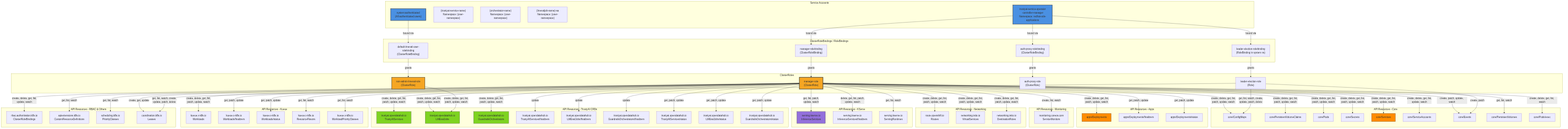
Above: architecture/rhoai-2.25/diagrams/trustyai-service-operator-rbac.png in rhuss/architecture-context (Mermaid), before the change. Its source is kept beside it as architecture/rhoai-2.25/diagrams/trustyai-service-operator-rbac.mmd.
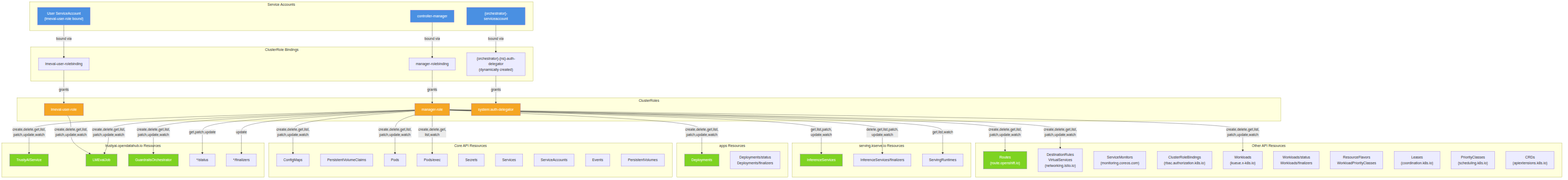
After the change.

What changed in the source:
```diff
@@ -1,155 +1,102 @@
+
 graph TD
-    subgraph "Service Accounts"
-        SA_Operator[trustyai-service-operator<br/>-controller-manager<br/>Namespace: redhat-ods-applications]
-        SA_TrustyAI["{trustyai-service-name}<br/>Namespace: {user-namespace}"]
-        SA_Guardrails["{orchestrator-name}<br/>Namespace: {user-namespace}"]
-        SA_LMEval["{lmevaljob-name}-sa<br/>Namespace: {user-namespace}"]
-        SA_AllUsers["system:authenticated<br/>(All authenticated users)"]
+    subgraph ServiceAccounts["Service Accounts"]
+        SA["controller-manager"]
+        UserSA["User ServiceAccount<br/>(lmeval-user-role bound)"]
+        GORCHSa["{orchestrator}-serviceaccount"]
     end
 
-    subgraph "ClusterRoles"
-        CR_Manager["manager-role<br/>(ClusterRole)"]
-        CR_Leader["leader-election-role<br/>(Role)"]
-        CR_AuthProxy["auth-proxy-role<br/>(ClusterRole)"]
-        CR_LMEval["non-admin-lmeval-role<br/>(ClusterRole)"]
+    subgraph ClusterRoleBindings["ClusterRole Bindings"]
+        CRB1["manager-rolebinding"]
+        CRB2["lmeval-user-rolebinding"]
+        CRB3["{orchestrator}-{ns}-auth-delegator<br/>(dynamically created)"]
     end
 
-    subgraph "ClusterRoleBindings / RoleBindings"
-        CRB_Manager["manager-rolebinding<br/>(ClusterRoleBinding)"]
-        RB_Leader["leader-election-rolebinding<br/>(RoleBinding in system ns)"]
-        CRB_AuthProxy["auth-proxy-rolebinding<br/>(ClusterRoleBinding)"]
-        CRB_LMEval["default-lmeval-user-rolebinding<br/>(ClusterRoleBinding)"]
+    subgraph ClusterRoles["ClusterRoles"]
+        ManagerRole["manager-role"]
+        LMEvalUserRole["lmeval-user-role"]
+        AuthDelegator["system:auth-delegator"]
     end
 
-    subgraph "API Resources - Core"
-        Res_ConfigMaps["core/ConfigMaps"]
-        Res_PVCs["core/PersistentVolumeClaims"]
-        Res_Pods["core/Pods"]
-        Res_Secrets["core/Secrets"]
-        Res_Services["core/Services"]
-        Res_ServiceAccounts["core/ServiceAccounts"]
-        Res_Events["core/Events"]
-        Res_PVs["core/PersistentVolumes"]
-        Res_PodsExec["core/Pods/exec"]
+    subgraph TrustyAIResources["trustyai.opendatahub.io Resources"]
+        TrustyAISvc["TrustyAIService"]
+        LMEvalJob["LMEvalJob"]
+        GuardrailsOrch["GuardrailsOrchestrator"]
+        StatusSub["*/status"]
+        FinalizerSub["*/finalizers"]
     end
 
-    subgraph "API Resources - Apps"
-        Res_Deployments["apps/Deployments"]
-        Res_DepFinalizers["apps/Deployments/finalizers"]
-        Res_DepStatus["apps/Deployments/status"]
+    subgraph CoreResources["Core API Resources"]
+        ConfigMaps["ConfigMaps"]
+        PVCs["PersistentVolumeClaims"]
+        Pods["Pods"]
+        PodsExec["Pods/exec"]
+        Secrets["Secrets"]
+        Services["Services"]
+        ServiceAccts["ServiceAccounts"]
+        Events["Events"]
+        PVs["PersistentVolumes"]
     end
 
-    subgraph "API Resources - Monitoring"
-        Res_ServiceMonitors["monitoring.coreos.com<br/>ServiceMonitors"]
+    subgraph AppsResources["apps Resources"]
+        Deployments["Deployments"]
+        DeployStatus["Deployments/status<br/>Deployments/finalizers"]
     end
 
-    subgraph "API Resources - Networking"
-        Res_Routes["route.openshift.io<br/>Routes"]
-        Res_VirtualServices["networking.istio.io<br/>VirtualServices"]
-        Res_DestinationRules["networking.istio.io<br/>DestinationRules"]
+    subgraph KServeResources["serving.kserve.io Resources"]
+        InferenceServices["InferenceServices"]
+        ISFinalizers["InferenceServices/finalizers"]
+        ServingRuntimes["ServingRuntimes"]
     end
 
-    subgraph "API Resources - KServe"
-        Res_InferenceServices["serving.kserve.io<br/>InferenceServices"]
-        Res_ISFinalizers["serving.kserve.io<br/>InferenceServices/finalizers"]
-        Res_ServingRuntimes["serving.kserve.io<br/>ServingRuntimes"]
+    subgraph OtherResources["Other API Resources"]
+        Routes["Routes<br/>(route.openshift.io)"]
+        IstioRules["DestinationRules<br/>VirtualServices<br/>(networking.istio.io)"]
+        ServiceMonitors["ServiceMonitors<br/>(monitoring.coreos.com)"]
+        CRBResource["ClusterRoleBindings<br/>(rbac.authorization.k8s.io)"]
+        Workloads["Workloads<br/>(kueue.x-k8s.io)"]
+        WorkloadStatus["Workloads/status<br/>Workloads/finalizers"]
+        ResourceFlavors["ResourceFlavors<br/>WorkloadPriorityClasses"]
+        Leases["Leases<br/>(coordination.k8s.io)"]
+        PriorityClasses["PriorityClasses<br/>(scheduling.k8s.io)"]
+        CRDefs["CRDs<br/>(apiextensions.k8s.io)"]
     end
 
-    subgraph "API Resources - TrustyAI CRDs"
-        Res_TrustyAIServices["trustyai.opendatahub.io<br/>TrustyAIServices"]
-        Res_LMEvalJobs["trustyai.opendatahub.io<br/>LMEvalJobs"]
-        Res_Guardrails["trustyai.opendatahub.io<br/>GuardrailsOrchestrators"]
-        Res_TASFinalizers["trustyai.opendatahub.io<br/>TrustyAIServices/finalizers"]
-        Res_LMFinalizers["trustyai.opendatahub.io<br/>LMEvalJobs/finalizers"]
-        Res_GOFinalizers["trustyai.opendatahub.io<br/>GuardrailsOrchestrators/finalizers"]
-        Res_TASStatus["trustyai.opendatahub.io<br/>TrustyAIServices/status"]
-        Res_LMStatus["trustyai.opendatahub.io<br/>LMEvalJobs/status"]
-        Res_GOStatus["trustyai.opendatahub.io<br/>GuardrailsOrchestrators/status"]
-    end
+    SA -->|bound via| CRB1
+    UserSA -->|bound via| CRB2
+    GORCHSa -->|bound via| CRB3
 
-    subgraph "API Resources - Kueue"
-        Res_Workloads["kueue.x-k8s.io<br/>Workloads"]
-        Res_WLFinalizers["kueue.x-k8s.io<br/>Workloads/finalizers"]
-        Res_WLStatus["kueue.x-k8s.io<br/>Workloads/status"]
-        Res_ResourceFlavors["kueue.x-k8s.io<br/>ResourceFlavors"]
-        Res_WLPriorityClasses["kueue.x-k8s.io<br/>WorkloadPriorityClasses"]
-    end
+    CRB1 -->|grants| ManagerRole
+    CRB2 -->|grants| LMEvalUserRole
+    CRB3 -->|grants| AuthDelegator
 
-    subgraph "API Resources - RBAC & Others"
-        Res_ClusterRoleBindings["rbac.authorization.k8s.io<br/>ClusterRoleBindings"]
-        Res_CRDs["apiextensions.k8s.io<br/>CustomResourceDefinitions"]
-        Res_PriorityClasses["scheduling.k8s.io<br/>PriorityClasses"]
-        Res_Leases["coordination.k8s.io<br/>Leases"]
-    end
+    ManagerRole -->|"create,delete,get,list,<br/>patch,update,watch"| TrustyAISvc
+    ManagerRole -->|"create,delete,get,list,<br/>patch,update,watch"| LMEvalJob
+    ManagerRole -->|"create,delete,get,list,<br/>patch,update,watch"| GuardrailsOrch
+    ManagerRole -->|"get,patch,update"| StatusSub
+    ManagerRole -->|"update"| FinalizerSub
+    ManagerRole -->|"create,delete,get,list,<br/>patch,update,watch"| ConfigMaps
+    ManagerRole -->|"create,delete,get,list,<br/>patch,update,watch"| Pods
+    ManagerRole -->|"create,delete,get,<br/>list,watch"| PodsExec
+    ManagerRole -->|"create,delete,get,list,<br/>patch,update,watch"| Deployments
+    ManagerRole -->|"get,list,patch,<br/>update,watch"| InferenceServices
+    ManagerRole -->|"delete,get,list,patch,<br/>update,watch"| ISFinalizers
+    ManagerRole -->|"get,list,watch"| ServingRuntimes
+    ManagerRole -->|"create,delete,get,list,<br/>patch,update,watch"| Routes
+    ManagerRole -->|"create,delete,get,list,<br/>patch,update,watch"| IstioRules
+    ManagerRole -->|"create,delete,get,list,<br/>patch,update,watch"| Workloads
 
-    SA_Operator -->|"bound via"| CRB_Manager
-    SA_Operator -->|"bound via"| RB_Leader
-    SA_Operator -->|"bound via"| CRB_AuthProxy
-    SA_AllUsers -->|"bound via"| CRB_LMEval
+    LMEvalUserRole -->|"create,delete,get,list,<br/>patch,update,watch"| LMEvalJob
 
-    CRB_Manager -->|"grants"| CR_Manager
-    RB_Leader -->|"grants"| CR_Leader
-    CRB_AuthProxy -->|"grants"| CR_AuthProxy
-    CRB_LMEval -->|"grants"| CR_LMEval
-
-    CR_Manager -->|"create, delete, get, list,<br/>patch, update, watch"| Res_ConfigMaps
-    CR_Manager -->|"create, delete, get, list,<br/>patch, update, watch"| Res_PVCs
-    CR_Manager -->|"create, delete, get, list,<br/>patch, update, watch"| Res_Pods
-    CR_Manager -->|"create, delete, get, list,<br/>patch, update, watch"| Res_Secrets
-    CR_Manager -->|"create, delete, get, list,<br/>patch, update, watch"| Res_Services
-    CR_Manager -->|"create, delete, get, list,<br/>update, watch"| Res_ServiceAccounts
-    CR_Manager -->|"create, patch, update, watch"| Res_Events
-    CR_Manager -->|"get, list, watch"| Res_PVs
-    CR_Manager -->|"create, delete, get, list, watch"| Res_PodsExec
-
-    CR_Manager -->|"create, delete, get, list,<br/>patch, update, watch"| Res_Deployments
-    CR_Manager -->|"get, patch, update"| Res_DepFinalizers
-    CR_Manager -->|"get, patch, update"| Res_DepStatus
-
-    CR_Manager -->|"create, list, watch"| Res_ServiceMonitors
-
-    CR_Manager -->|"create, delete, get, list,<br/>patch, update, watch"| Res_Routes
-    CR_Manager -->|"create, delete, get, list,<br/>patch, update, watch"| Res_VirtualServices
-    CR_Manager -->|"create, delete, get, list,<br/>patch, update, watch"| Res_DestinationRules
-
-    CR_Manager -->|"get, list, patch,<br/>update, watch"| Res_InferenceServices
-    CR_Manager -->|"delete, get, list, patch,<br/>update, watch"| Res_ISFinalizers
-    CR_Manager -->|"get, list, watch"| Res_ServingRuntimes
-
-    CR_Manager -->|"create, delete, get, list,<br/>patch, update, watch"| Res_TrustyAIServices
-    CR_Manager -->|"create, delete, get, list,<br/>patch, update, watch"| Res_LMEvalJobs
-    CR_Manager -->|"create, delete, get, list,<br/>patch, update, watch"| Res_Guardrails
-    CR_Manager -->|"update"| Res_TASFinalizers
-    CR_Manager -->|"update"| Res_LMFinalizers
-    CR_Manager -->|"update"| Res_GOFinalizers
-    CR_Manager -->|"get, patch, update"| Res_TASStatus
-    CR_Manager -->|"get, patch, update"| Res_LMStatus
-    CR_Manager -->|"get, patch, update"| Res_GOStatus
-
-    CR_Manager -->|"create, delete, get, list,<br/>patch, update, watch"| Res_Workloads
-    CR_Manager -->|"get, patch, update"| Res_WLFinalizers
-    CR_Manager -->|"get, patch, update"| Res_WLStatus
-    CR_Manager -->|"get, list, watch"| Res_ResourceFlavors
-    CR_Manager -->|"get, list, watch"| Res_WLPriorityClasses
-
-    CR_Manager -->|"create, delete, get, list,<br/>update, watch"| Res_ClusterRoleBindings
-    CR_Manager -->|"get, list, watch"| Res_CRDs
-    CR_Manager -->|"get, list, watch"| Res_PriorityClasses
-    CR_Manager -->|"create, get, update"| Res_Leases
-
-    CR_Leader -->|"get, list, watch, create,<br/>update, patch, delete"| Res_ConfigMaps
-    CR_Leader -->|"get, list, watch, create,<br/>update, patch, delete"| Res_Leases
-    CR_Leader -->|"create, patch"| Res_Events
-
-    CR_LMEval -->|"create, delete, get, list,<br/>patch, update, watch"| Res_LMEvalJobs
-
-    style SA_Operator fill:#4a90e2,stroke:#333,stroke-width:2px
-    style SA_AllUsers fill:#4a90e2,stroke:#333,stroke-width:2px
-    style CR_Manager fill:#f5a623,stroke:#333,stroke-width:3px
-    style CR_LMEval fill:#f5a623,stroke:#333,stroke-width:2px
-    style Res_TrustyAIServices fill:#7ed321,stroke:#333
-    style Res_LMEvalJobs fill:#7ed321,stroke:#333
-    style Res_Guardrails fill:#7ed321,stroke:#333
-    style Res_InferenceServices fill:#9370db,stroke:#333
-    style Res_Deployments fill:#ff8c00,stroke:#333
-    style Res_Services fill:#ff8c00,stroke:#333
+    style SA fill:#4a90e2,color:#fff
+    style UserSA fill:#4a90e2,color:#fff
+    style GORCHSa fill:#4a90e2,color:#fff
+    style ManagerRole fill:#f5a623,color:#fff
+    style LMEvalUserRole fill:#f5a623,color:#fff
+    style AuthDelegator fill:#f5a623,color:#fff
+    style TrustyAISvc fill:#7ed321,color:#fff
+    style LMEvalJob fill:#7ed321,color:#fff
+    style GuardrailsOrch fill:#7ed321,color:#fff
+    style InferenceServices fill:#7ed321,color:#fff
+    style Deployments fill:#7ed321,color:#fff
+    style Routes fill:#7ed321,color:#fff
```
